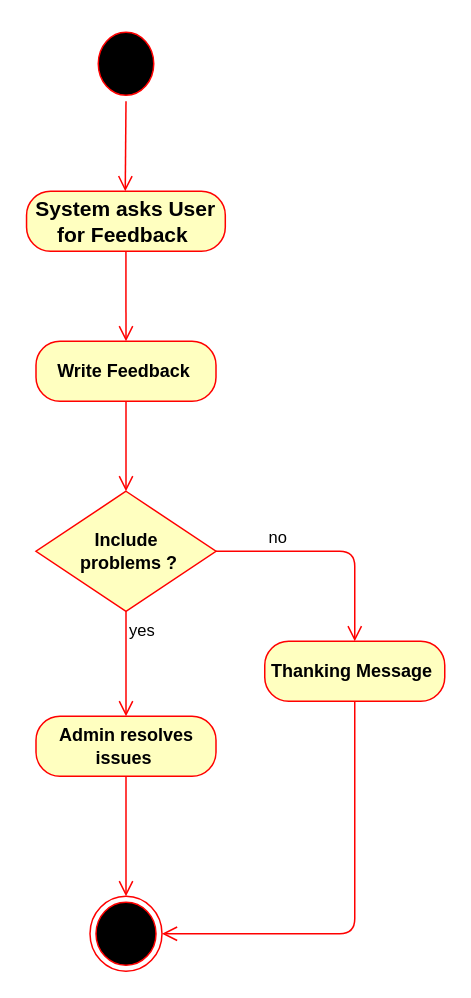
Earlier version of the draw.io diagram Tasks/Reham/Activity Diagram/6 Feedback.drawio (romanyn36/Catch-The-AI). Source tidied: cells renumbered, new cells numbered last; positions are measured from the earlier drawing's top-left corner, leaving out a move shared by most shapes. Both pictures are drawn from the tidied source at 150%, with x=0, y=0 at pixel (26, 26).
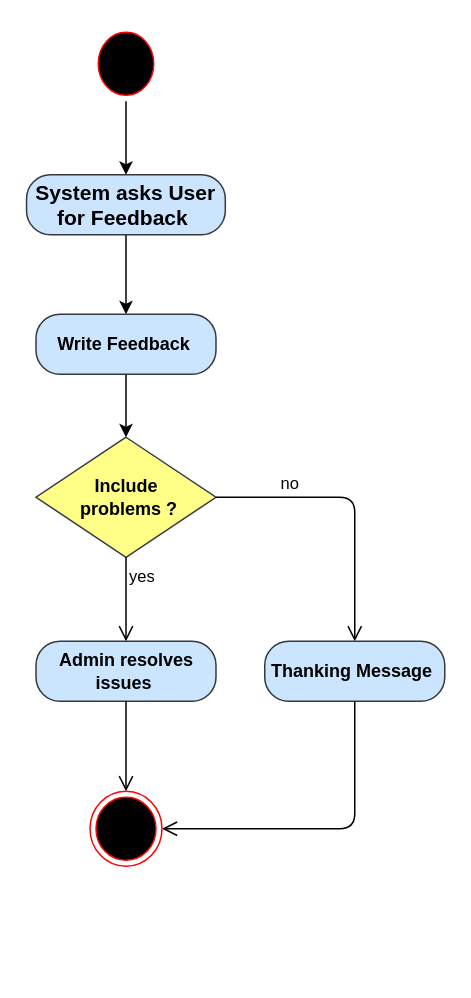
After the change.

What changed in the source:
```diff
@@
 <mxGraphModel>
   <root>
     <mxCell id="0" />
     <mxCell id="1" parent="0" />
+    <mxCell id="16" style="edgeStyle=orthogonalEdgeStyle;rounded=0;jettySize=auto;html=1;" parent="1" edge="1" source="2" target="4">
+      <mxGeometry relative="1" as="geometry" />
+    </mxCell>
     <mxCell id="2" style="ellipse;html=1;shape=startState;fillColor=#000000;strokeColor=#ff0000;" parent="1" vertex="1">
       <mxGeometry x="44" width="45" height="50" as="geometry" />
     </mxCell>
-    <mxCell id="3" style="edgeStyle=orthogonalEdgeStyle;html=1;verticalAlign=bottom;endArrow=open;endSize=8;strokeColor=#ff0000;" parent="1" edge="1" source="2">
-      <mxGeometry relative="1" as="geometry">
-        <mxPoint x="66" y="110" as="targetPoint" />
-      </mxGeometry>
-    </mxCell>
+    <mxCell id="7" style="edgeStyle=orthogonalEdgeStyle;rounded=0;jettySize=auto;html=1;" parent="1" edge="1" source="4" target="5">
+      <mxGeometry relative="1" as="geometry" />
+    </mxCell>
-    <mxCell id="4" value="&lt;b&gt;&lt;font style=&quot;font-size: 14px&quot;&gt;System asks User for Feedback&amp;nbsp;&lt;/font&gt;&lt;/b&gt;" style="rounded=1;whiteSpace=wrap;html=1;arcSize=40;fontColor=#000000;fillColor=#ffffc0;strokeColor=#ff0000;" parent="1" vertex="1">
-      <mxGeometry x="0.2" y="110" width="132.5" height="40" as="geometry" />
+    <mxCell id="4" value="&lt;b&gt;&lt;font style=&quot;font-size: 14px&quot;&gt;System asks User for Feedback&amp;nbsp;&lt;/font&gt;&lt;/b&gt;" style="rounded=1;whiteSpace=wrap;html=1;arcSize=40;fillColor=#cce5ff;strokeColor=#36393d;" parent="1" vertex="1">
+      <mxGeometry x="0.2" y="99" width="132.5" height="40" as="geometry" />
     </mxCell>
+    <mxCell id="6" style="edgeStyle=orthogonalEdgeStyle;rounded=0;jettySize=auto;html=1;" parent="1" edge="1" source="5" target="8">
+      <mxGeometry relative="1" as="geometry" />
+    </mxCell>
-    <mxCell id="5" value="&lt;b&gt;Write Feedback&amp;nbsp;&lt;/b&gt;" style="rounded=1;whiteSpace=wrap;html=1;arcSize=40;fontColor=#000000;fillColor=#ffffc0;strokeColor=#ff0000;" parent="1" vertex="1">
-      <mxGeometry x="6.5" y="210" width="120" height="40" as="geometry" />
+    <mxCell id="5" value="&lt;b&gt;Write Feedback&amp;nbsp;&lt;/b&gt;" style="rounded=1;whiteSpace=wrap;html=1;arcSize=40;fillColor=#cce5ff;strokeColor=#36393d;" parent="1" vertex="1">
+      <mxGeometry x="6.5" y="192" width="120" height="40" as="geometry" />
     </mxCell>
-    <mxCell id="6" style="edgeStyle=orthogonalEdgeStyle;html=1;verticalAlign=bottom;endArrow=open;endSize=8;strokeColor=#ff0000;entryX=0.5;entryY=0;entryDx=0;entryDy=0;" parent="1" edge="1" source="5" target="8">
-      <mxGeometry relative="1" as="geometry" />
-    </mxCell>
-    <mxCell id="7" style="edgeStyle=orthogonalEdgeStyle;html=1;verticalAlign=bottom;endArrow=open;endSize=8;strokeColor=#ff0000;exitX=0.5;exitY=1;exitDx=0;exitDy=0;entryX=0.5;entryY=0;entryDx=0;entryDy=0;" parent="1" edge="1" source="4" target="5">
-      <mxGeometry relative="1" as="geometry" />
-    </mxCell>
-    <mxCell id="8" value="&lt;b&gt;Include&lt;br&gt;&amp;nbsp;problems ?&lt;/b&gt;" style="rhombus;whiteSpace=wrap;html=1;fillColor=#ffffc0;strokeColor=#ff0000;" parent="1" vertex="1">
-      <mxGeometry x="6.5" y="310" width="120" height="80" as="geometry" />
+    <mxCell id="8" value="&lt;b&gt;Include&lt;br&gt;&amp;nbsp;problems ?&lt;/b&gt;" style="rhombus;whiteSpace=wrap;html=1;fillColor=#ffff88;strokeColor=#36393d;" parent="1" vertex="1">
+      <mxGeometry x="6.5" y="274" width="120" height="80" as="geometry" />
     </mxCell>
-    <mxCell id="9" value="no" style="edgeStyle=orthogonalEdgeStyle;html=1;align=left;verticalAlign=bottom;endArrow=open;endSize=8;strokeColor=#ff0000;entryX=0.5;entryY=0;entryDx=0;entryDy=0;" parent="1" edge="1" source="8" target="11">
+    <mxCell id="9" value="no" style="edgeStyle=orthogonalEdgeStyle;html=1;align=left;verticalAlign=bottom;endArrow=open;endSize=8;strokeColor=#000000;entryX=0.5;entryY=0;entryDx=0;entryDy=0;" parent="1" edge="1" source="8" target="11">
       <mxGeometry x="-0.57" relative="1" as="geometry" />
     </mxCell>
-    <mxCell id="10" value="yes" style="edgeStyle=orthogonalEdgeStyle;html=1;align=left;verticalAlign=top;endArrow=open;endSize=8;strokeColor=#ff0000;entryX=0.5;entryY=0;entryDx=0;entryDy=0;" parent="1" edge="1" source="8" target="13">
+    <mxCell id="10" value="yes" style="edgeStyle=orthogonalEdgeStyle;html=1;align=left;verticalAlign=top;endArrow=open;endSize=8;strokeColor=#000000;entryX=0.5;entryY=0;entryDx=0;entryDy=0;" parent="1" edge="1" source="8" target="13">
       <mxGeometry x="-1" relative="1" as="geometry" />
     </mxCell>
-    <mxCell id="11" value="&lt;b&gt;Thanking Message&amp;nbsp;&lt;/b&gt;" style="rounded=1;whiteSpace=wrap;html=1;arcSize=40;fontColor=#000000;fillColor=#ffffc0;strokeColor=#ff0000;" parent="1" vertex="1">
+    <mxCell id="11" value="&lt;b&gt;Thanking Message&amp;nbsp;&lt;/b&gt;" style="rounded=1;whiteSpace=wrap;html=1;arcSize=40;fillColor=#cce5ff;strokeColor=#36393d;" parent="1" vertex="1">
       <mxGeometry x="159" y="410" width="120" height="40" as="geometry" />
     </mxCell>
-    <mxCell id="12" style="edgeStyle=orthogonalEdgeStyle;html=1;verticalAlign=bottom;endArrow=open;endSize=8;strokeColor=#ff0000;entryX=1;entryY=0.5;entryDx=0;entryDy=0;exitX=0.5;exitY=1;exitDx=0;exitDy=0;" parent="1" edge="1" source="11" target="15">
+    <mxCell id="12" style="edgeStyle=orthogonalEdgeStyle;html=1;verticalAlign=bottom;endArrow=open;endSize=8;strokeColor=#000000;entryX=1;entryY=0.5;entryDx=0;entryDy=0;exitX=0.5;exitY=1;exitDx=0;exitDy=0;" parent="1" edge="1" source="11" target="15">
       <mxGeometry relative="1" as="geometry" />
     </mxCell>
-    <mxCell id="13" value="&lt;b&gt;Admin resolves issues&amp;nbsp;&lt;/b&gt;" style="rounded=1;whiteSpace=wrap;html=1;arcSize=40;fontColor=#000000;fillColor=#ffffc0;strokeColor=#ff0000;" parent="1" vertex="1">
-      <mxGeometry x="6.5" y="460" width="120" height="40" as="geometry" />
+    <mxCell id="13" value="&lt;b&gt;Admin resolves issues&amp;nbsp;&lt;/b&gt;" style="rounded=1;whiteSpace=wrap;html=1;arcSize=40;fillColor=#cce5ff;strokeColor=#36393d;" parent="1" vertex="1">
+      <mxGeometry x="6.5" y="410" width="120" height="40" as="geometry" />
     </mxCell>
-    <mxCell id="14" style="edgeStyle=orthogonalEdgeStyle;html=1;verticalAlign=bottom;endArrow=open;endSize=8;strokeColor=#ff0000;entryX=0.5;entryY=0;entryDx=0;entryDy=0;" parent="1" edge="1" source="13" target="15">
+    <mxCell id="14" style="edgeStyle=orthogonalEdgeStyle;html=1;verticalAlign=bottom;endArrow=open;endSize=8;strokeColor=#000000;entryX=0.5;entryY=0;entryDx=0;entryDy=0;" parent="1" edge="1" source="13" target="15">
       <mxGeometry relative="1" as="geometry" />
     </mxCell>
     <mxCell id="15" style="ellipse;html=1;shape=endState;fillColor=#000000;strokeColor=#ff0000;" parent="1" vertex="1">
-      <mxGeometry x="42.5" y="580" width="48" height="50" as="geometry" />
+      <mxGeometry x="42.5" y="510" width="48" height="50" as="geometry" />
     </mxCell>
   </root>
 </mxGraphModel>
```
